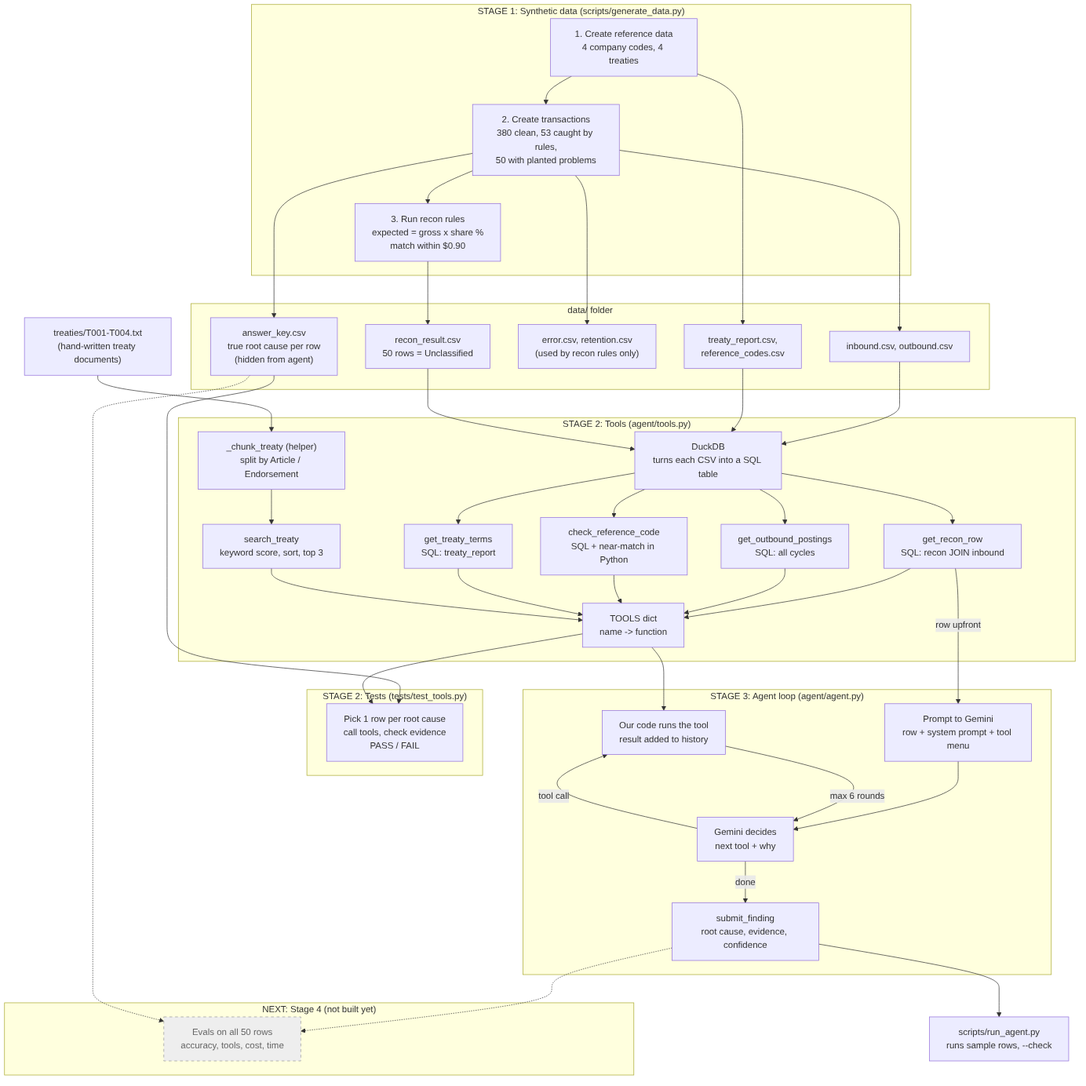
Earlier version of the Mermaid export docs/architecture.png (jayshreethite2024/recon-agent). Its source is kept beside it as docs/architecture.mermaid.
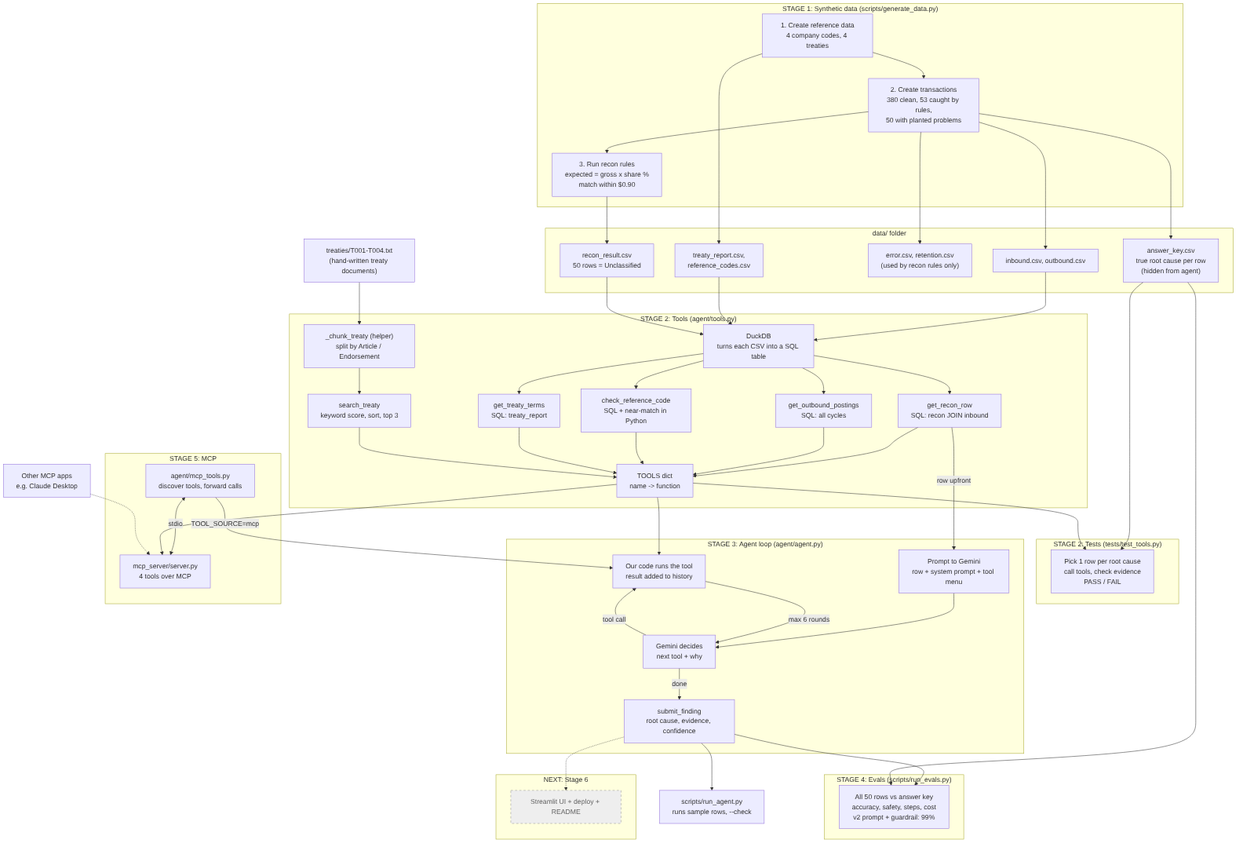
The same diagram one commit later.

Change to the diagram source:
```diff
@@ -62,11 +62,25 @@
     RS["scripts/run_agent.py<br/>runs sample rows, --check"]
     SUB --> RS
 
-    subgraph NEXT["NEXT: Stage 4 (not built yet)"]
-        EV["Evals on all 50 rows<br/>accuracy, tools, cost, time"]
+    subgraph S4["STAGE 4: Evals  (scripts/run_evals.py)"]
+        EV["All 50 rows vs answer key<br/>accuracy, safety, steps, cost<br/>v2 prompt + guardrail: 99%"]
     end
-    SUB -.-> EV
-    KEY -.-> EV
+    SUB --> EV
+    KEY --> EV
+
+    subgraph S5["STAGE 5: MCP"]
+        MCPS["mcp_server/server.py<br/>4 tools over MCP"]
+        MCPC["agent/mcp_tools.py<br/>discover tools, forward calls"]
+        MCPC <-->|"stdio"| MCPS
+    end
+    REG --> MCPS
+    MCPC -->|"TOOL_SOURCE=mcp"| RUN
+    CD["Other MCP apps<br/>e.g. Claude Desktop"] -.-> MCPS
+
+    subgraph NEXT["NEXT: Stage 6"]
+        UI["Streamlit UI + deploy + README"]
+    end
+    SUB -.-> UI
 
     classDef future fill:#eee,stroke:#999,stroke-dasharray:5 5,color:#666
-    class EV future
+    class UI future
```
